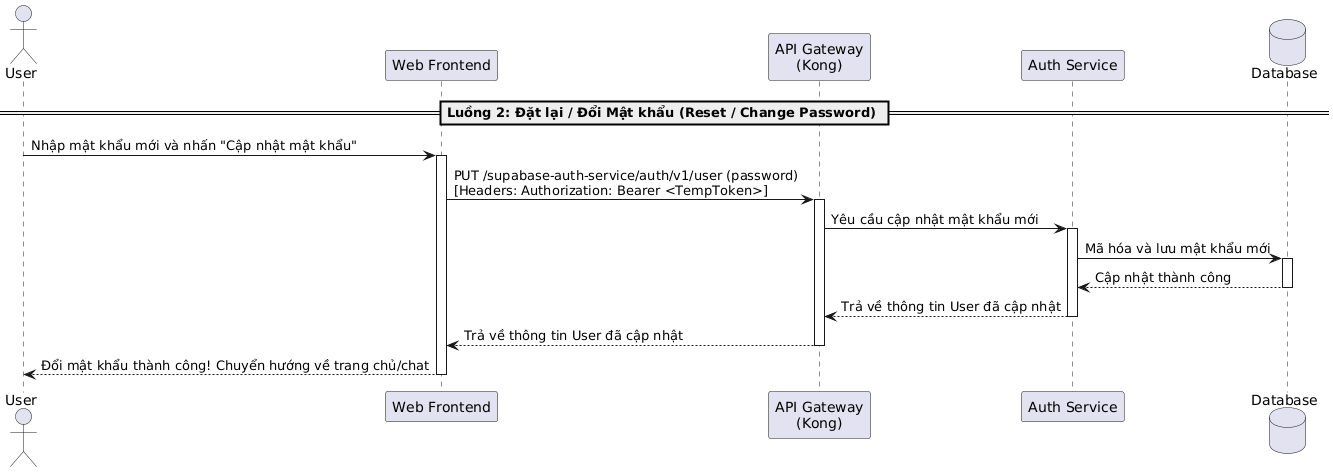
This is temp/05-sequence/UML-Sequence-14.png from 20206205Tech/docs-uml, a PlantUML export, as it was before one commit.
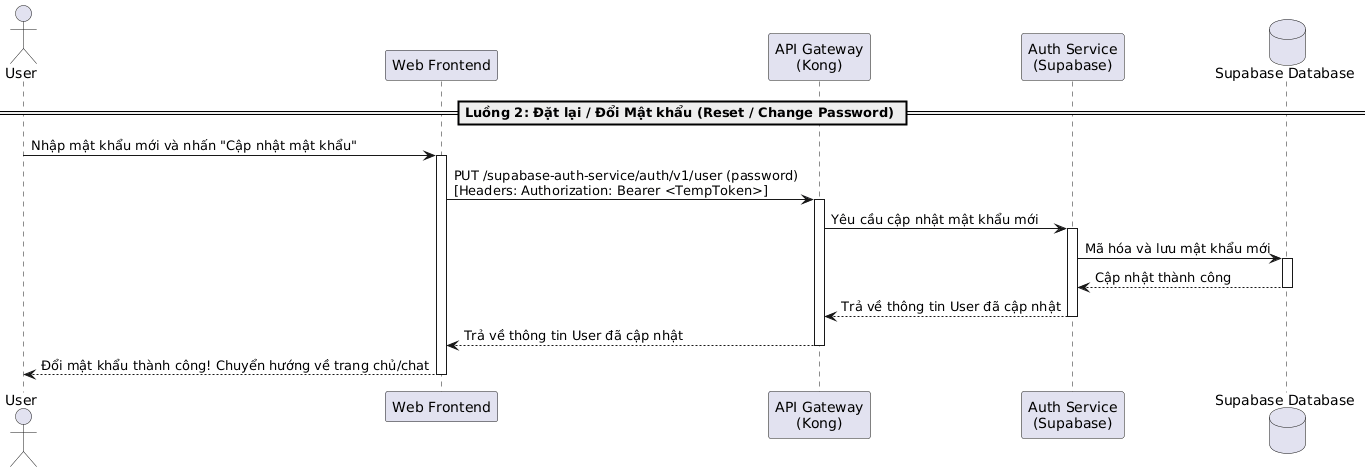
Above is the later version.

What changed in the source:
```diff
@@ -2,8 +2,8 @@
 actor "User" as User
 participant "Web Frontend" as Frontend
 participant "API Gateway\n(Kong)" as Kong
-participant "Auth Service" as AuthService
-database "Database" as DB
+participant "Auth Service\n(Supabase)" as AuthService
+database "Supabase Database" as DB
 
 == Luồng 2: Đặt lại / Đổi Mật khẩu (Reset / Change Password) ==
 User -> Frontend: Nhập mật khẩu mới và nhấn "Cập nhật mật khẩu"
```
